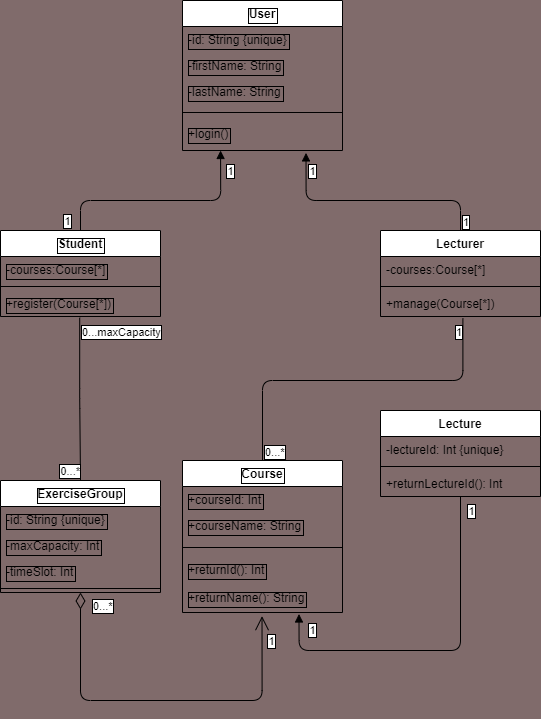
Earlier version of the draw.io export HW3/ex1.png (PhilippBoehmer/swt-ws24-25). Source tidied: cells renumbered, new cells last; positions are measured from the earlier drawing's top-left corner, leaving out a move shared by most shapes. Source of this version:
```xml
<mxGraphModel background="#806B6B" shadow="1">
  <root>
    <mxCell id="0" />
    <mxCell id="1" parent="0" />
    <mxCell id="2" value="User" style="swimlane;fontStyle=1;align=center;verticalAlign=top;horizontal=1;startSize=26;fontColor=#000000;labelBorderColor=#000000;" parent="1" vertex="1">
      <mxGeometry x="182" width="160" height="150" as="geometry" />
    </mxCell>
    <mxCell id="3" value="-id: String {unique}&#10;" style="text;strokeColor=none;fillColor=none;align=left;verticalAlign=top;spacingLeft=4;spacingRight=4;overflow=hidden;fontColor=#000000;labelBorderColor=#000000;" parent="2" vertex="1">
      <mxGeometry y="26" width="160" height="26" as="geometry" />
    </mxCell>
    <mxCell id="4" value="-firstName: String" style="text;strokeColor=none;fillColor=none;align=left;verticalAlign=top;spacingLeft=4;spacingRight=4;overflow=hidden;fontColor=#000000;labelBorderColor=#000000;" parent="2" vertex="1">
      <mxGeometry y="52" width="160" height="26" as="geometry" />
    </mxCell>
    <mxCell id="5" value="-lastName: String" style="text;strokeColor=none;fillColor=none;align=left;verticalAlign=top;spacingLeft=4;spacingRight=4;overflow=hidden;fontColor=#000000;labelBorderColor=#000000;" parent="2" vertex="1">
      <mxGeometry y="78" width="160" height="26" as="geometry" />
    </mxCell>
    <mxCell id="6" style="line;strokeWidth=1;fillColor=none;align=left;verticalAlign=middle;spacingTop=-1;spacingLeft=3;spacingRight=3;labelPosition=right;strokeColor=inherit;fontColor=#000000;labelBorderColor=#000000;" parent="2" vertex="1">
      <mxGeometry y="104" width="160" height="16" as="geometry" />
    </mxCell>
    <mxCell id="7" value="+login()" style="text;strokeColor=none;fillColor=none;align=left;verticalAlign=top;spacingLeft=4;spacingRight=4;overflow=hidden;points=[[0,0.5],[1,0.5]];portConstraint=eastwest;fontColor=#000000;labelBorderColor=#000000;" parent="2" vertex="1">
      <mxGeometry y="120" width="160" height="30" as="geometry" />
    </mxCell>
    <mxCell id="8" style="endArrow=block;endFill=1;html=1;edgeStyle=orthogonalEdgeStyle;align=left;verticalAlign=top;entryX=0.238;entryY=1;entryDx=0;entryDy=0;entryPerimeter=0;exitX=0.5;exitY=0;exitDx=0;exitDy=0;fontColor=#000000;labelBorderColor=#000000;" parent="1" edge="1" source="21" target="7">
      <mxGeometry x="-1" relative="1" as="geometry">
        <Array as="points">
          <mxPoint x="80" y="200" />
          <mxPoint x="220" y="200" />
        </Array>
      </mxGeometry>
    </mxCell>
    <mxCell id="9" value="1" style="edgeLabel;html=1;align=center;verticalAlign=middle;fontColor=#000000;labelBorderColor=#000000;" parent="8" vertex="1">
      <mxGeometry x="0.13" y="4" relative="1" as="geometry">
        <mxPoint x="-108" y="24" as="offset" />
      </mxGeometry>
    </mxCell>
    <mxCell id="10" value="1" style="edgeLabel;html=1;align=center;verticalAlign=middle;fontColor=#000000;labelBorderColor=#000000;" parent="8" vertex="1">
      <mxGeometry x="0.44" y="3" relative="1" as="geometry">
        <mxPoint x="21" y="-27" as="offset" />
      </mxGeometry>
    </mxCell>
    <mxCell id="11" value="Course" style="swimlane;fontStyle=1;align=center;verticalAlign=top;horizontal=1;startSize=26;fontColor=#000000;labelBorderColor=#000000;" parent="1" vertex="1">
      <mxGeometry x="182" y="460" width="160" height="152" as="geometry" />
    </mxCell>
    <mxCell id="12" value="+courseId: Int" style="text;strokeColor=none;fillColor=none;align=left;verticalAlign=top;spacingLeft=4;spacingRight=4;overflow=hidden;fontColor=#000000;labelBorderColor=#000000;" parent="11" vertex="1">
      <mxGeometry y="26" width="160" height="26" as="geometry" />
    </mxCell>
    <mxCell id="13" value="+courseName: String" style="text;strokeColor=none;fillColor=none;align=left;verticalAlign=top;spacingLeft=4;spacingRight=4;overflow=hidden;fontColor=#000000;labelBorderColor=#000000;" parent="11" vertex="1">
      <mxGeometry y="52" width="160" height="26" as="geometry" />
    </mxCell>
    <mxCell id="14" style="line;strokeWidth=1;fillColor=none;align=left;verticalAlign=middle;spacingTop=-1;spacingLeft=3;spacingRight=3;labelPosition=right;strokeColor=inherit;fontColor=#000000;labelBorderColor=#000000;" parent="11" vertex="1">
      <mxGeometry y="78" width="160" height="18" as="geometry" />
    </mxCell>
    <mxCell id="15" value="+returnId(): Int" style="text;strokeColor=none;fillColor=none;align=left;verticalAlign=top;spacingLeft=4;spacingRight=4;overflow=hidden;fontColor=#000000;labelBorderColor=#000000;" parent="11" vertex="1">
      <mxGeometry y="96" width="160" height="28" as="geometry" />
    </mxCell>
    <mxCell id="16" value="+returnName(): String" style="text;strokeColor=none;fillColor=none;align=left;verticalAlign=top;spacingLeft=4;spacingRight=4;overflow=hidden;points=[[0,0.5],[1,0.5]];portConstraint=eastwest;fontColor=#000000;labelBorderColor=#000000;" parent="11" vertex="1">
      <mxGeometry y="124" width="160" height="28" as="geometry" />
    </mxCell>
    <mxCell id="17" value="Lecture" style="swimlane;fontStyle=1;align=center;verticalAlign=top;horizontal=1;startSize=26;" parent="1" vertex="1">
      <mxGeometry x="380" y="410" width="160" height="86" as="geometry" />
    </mxCell>
    <mxCell id="18" value="-lectureId: Int {unique}" style="text;strokeColor=none;fillColor=none;align=left;verticalAlign=top;spacingLeft=4;spacingRight=4;overflow=hidden;" parent="17" vertex="1">
      <mxGeometry y="26" width="160" height="26" as="geometry" />
    </mxCell>
    <mxCell id="19" style="line;strokeWidth=1;fillColor=none;align=left;verticalAlign=middle;spacingTop=-1;spacingLeft=3;spacingRight=3;labelPosition=right;strokeColor=inherit;" parent="17" vertex="1">
      <mxGeometry y="52" width="160" height="8" as="geometry" />
    </mxCell>
    <mxCell id="20" value="+returnLectureId(): Int" style="text;strokeColor=none;fillColor=none;align=left;verticalAlign=top;spacingLeft=4;spacingRight=4;overflow=hidden;" parent="17" vertex="1">
      <mxGeometry y="60" width="160" height="26" as="geometry" />
    </mxCell>
    <mxCell id="21" value="Student" style="swimlane;fontStyle=1;align=center;verticalAlign=top;horizontal=1;startSize=26;fontColor=#000000;labelBorderColor=#000000;" parent="1" vertex="1">
      <mxGeometry y="230" width="160" height="86" as="geometry" />
    </mxCell>
    <mxCell id="22" value="-courses:Course[*]" style="text;strokeColor=none;fillColor=none;align=left;verticalAlign=top;spacingLeft=4;spacingRight=4;overflow=hidden;fontColor=#000000;labelBorderColor=#000000;" parent="21" vertex="1">
      <mxGeometry y="26" width="160" height="26" as="geometry" />
    </mxCell>
    <mxCell id="23" style="line;strokeWidth=1;fillColor=none;align=left;verticalAlign=middle;spacingTop=-1;spacingLeft=3;spacingRight=3;labelPosition=right;strokeColor=inherit;fontColor=#000000;labelBorderColor=#000000;" parent="21" vertex="1">
      <mxGeometry y="52" width="160" height="8" as="geometry" />
    </mxCell>
    <mxCell id="24" value="+register(Course[*])" style="text;strokeColor=none;fillColor=none;align=left;verticalAlign=top;spacingLeft=4;spacingRight=4;overflow=hidden;points=[[0,0.5],[1,0.5]];portConstraint=eastwest;fontColor=#000000;labelBorderColor=#000000;" parent="21" vertex="1">
      <mxGeometry y="60" width="160" height="26" as="geometry" />
    </mxCell>
    <mxCell id="25" value="Lecturer" style="swimlane;fontStyle=1;align=center;verticalAlign=top;horizontal=1;startSize=26;" parent="1" vertex="1">
      <mxGeometry x="380" y="230" width="160" height="86" as="geometry" />
    </mxCell>
    <mxCell id="26" value="-courses:Course[*]" style="text;strokeColor=none;fillColor=none;align=left;verticalAlign=top;spacingLeft=4;spacingRight=4;overflow=hidden;" parent="25" vertex="1">
      <mxGeometry y="26" width="160" height="26" as="geometry" />
    </mxCell>
    <mxCell id="27" style="line;strokeWidth=1;fillColor=none;align=left;verticalAlign=middle;spacingTop=-1;spacingLeft=3;spacingRight=3;labelPosition=right;strokeColor=inherit;" parent="25" vertex="1">
      <mxGeometry y="52" width="160" height="8" as="geometry" />
    </mxCell>
    <mxCell id="28" value="+manage(Course[*])" style="text;strokeColor=none;fillColor=none;align=left;verticalAlign=top;spacingLeft=4;spacingRight=4;overflow=hidden;points=[[0,0.5],[1,0.5]];portConstraint=eastwest;" parent="25" vertex="1">
      <mxGeometry y="60" width="160" height="26" as="geometry" />
    </mxCell>
    <mxCell id="29" value="ExerciseGroup" style="swimlane;fontStyle=1;align=center;verticalAlign=top;horizontal=1;startSize=26;fontColor=#000000;labelBorderColor=#000000;" parent="1" vertex="1">
      <mxGeometry y="480" width="160" height="112" as="geometry" />
    </mxCell>
    <mxCell id="30" value="-id: String {unique}" style="text;strokeColor=none;fillColor=none;align=left;verticalAlign=top;spacingLeft=4;spacingRight=4;overflow=hidden;fontColor=#000000;labelBorderColor=#000000;" parent="29" vertex="1">
      <mxGeometry y="26" width="160" height="26" as="geometry" />
    </mxCell>
    <mxCell id="31" value="-maxCapacity: Int" style="text;strokeColor=none;fillColor=none;align=left;verticalAlign=top;spacingLeft=4;spacingRight=4;overflow=hidden;fontColor=#000000;labelBorderColor=#000000;" parent="29" vertex="1">
      <mxGeometry y="52" width="160" height="26" as="geometry" />
    </mxCell>
    <mxCell id="32" value="-timeSlot: Int" style="text;strokeColor=none;fillColor=none;align=left;verticalAlign=top;spacingLeft=4;spacingRight=4;overflow=hidden;fontColor=#000000;labelBorderColor=#000000;" parent="29" vertex="1">
      <mxGeometry y="78" width="160" height="26" as="geometry" />
    </mxCell>
    <mxCell id="33" style="line;strokeWidth=1;fillColor=none;align=left;verticalAlign=middle;spacingTop=-1;spacingLeft=3;spacingRight=3;labelPosition=right;strokeColor=inherit;fontColor=#000000;labelBorderColor=#000000;" parent="29" vertex="1">
      <mxGeometry y="104" width="160" height="8" as="geometry" />
    </mxCell>
    <mxCell id="34" style="endArrow=none;html=1;edgeStyle=orthogonalEdgeStyle;exitX=0.5;exitY=0;exitDx=0;exitDy=0;entryX=0.515;entryY=1.077;entryDx=0;entryDy=0;entryPerimeter=0;fontColor=#000000;labelBorderColor=#000000;" parent="1" edge="1" source="11" target="28">
      <mxGeometry relative="1" as="geometry">
        <Array as="points">
          <mxPoint x="262" y="380" />
          <mxPoint x="462" y="380" />
        </Array>
      </mxGeometry>
    </mxCell>
    <mxCell id="35" value="0...*" style="edgeLabel;html=1;align=left;verticalAlign=bottom;fontColor=#000000;labelBorderColor=#000000;" parent="34" vertex="1">
      <mxGeometry x="-1" relative="1" as="geometry" />
    </mxCell>
    <mxCell id="36" value="1" style="edgeLabel;html=1;align=right;verticalAlign=bottom;fontColor=#000000;labelBorderColor=#000000;" parent="34" vertex="1">
      <mxGeometry x="1" relative="1" as="geometry">
        <mxPoint y="22" as="offset" />
      </mxGeometry>
    </mxCell>
    <mxCell id="37" style="endArrow=none;html=1;edgeStyle=orthogonalEdgeStyle;exitX=0.495;exitY=1.046;exitDx=0;exitDy=0;exitPerimeter=0;entryX=0.5;entryY=0;entryDx=0;entryDy=0;fontColor=#000000;labelBorderColor=#000000;" parent="1" edge="1" source="24" target="29">
      <mxGeometry relative="1" as="geometry">
        <Array as="points">
          <mxPoint x="79" y="398" />
        </Array>
      </mxGeometry>
    </mxCell>
    <mxCell id="38" value="0...maxCapacity" style="edgeLabel;html=1;align=left;verticalAlign=bottom;fontColor=#000000;labelBorderColor=#000000;" parent="37" vertex="1">
      <mxGeometry x="-1" relative="1" as="geometry">
        <mxPoint y="23" as="offset" />
      </mxGeometry>
    </mxCell>
    <mxCell id="39" value="0...*" style="edgeLabel;html=1;align=right;verticalAlign=bottom;fontColor=#000000;labelBorderColor=#000000;" parent="37" vertex="1">
      <mxGeometry x="1" relative="1" as="geometry" />
    </mxCell>
    <mxCell id="40" value="0...*" style="endArrow=open;html=1;endSize=12;startArrow=diamondThin;startSize=14;startFill=0;edgeStyle=orthogonalEdgeStyle;align=left;verticalAlign=bottom;exitX=0.5;exitY=1;exitDx=0;exitDy=0;entryX=0.497;entryY=1.129;entryDx=0;entryDy=0;entryPerimeter=0;fontColor=#000000;labelBorderColor=#000000;" parent="1" edge="1" source="29" target="16">
      <mxGeometry x="-0.87" y="10" relative="1" as="geometry">
        <Array as="points">
          <mxPoint x="80" y="700" />
          <mxPoint x="262" y="700" />
        </Array>
      </mxGeometry>
    </mxCell>
    <mxCell id="41" value="1" style="edgeLabel;html=1;align=center;verticalAlign=middle;fontColor=#000000;labelBorderColor=#000000;" parent="40" vertex="1">
      <mxGeometry x="0.89" relative="1" as="geometry">
        <mxPoint x="8" y="4" as="offset" />
      </mxGeometry>
    </mxCell>
    <mxCell id="42" style="endArrow=block;endFill=1;html=1;edgeStyle=orthogonalEdgeStyle;align=left;verticalAlign=top;entryX=0.728;entryY=1.053;entryDx=0;entryDy=0;entryPerimeter=0;exitX=0.5;exitY=1;exitDx=0;exitDy=0;fontColor=#000000;labelBorderColor=#000000;" parent="1" edge="1" source="17" target="16">
      <mxGeometry x="-1" relative="1" as="geometry">
        <Array as="points">
          <mxPoint x="460" y="650" />
          <mxPoint x="298" y="650" />
        </Array>
      </mxGeometry>
    </mxCell>
    <mxCell id="43" value="1" style="edgeLabel;html=1;align=center;verticalAlign=middle;fontColor=#000000;labelBorderColor=#000000;" parent="42" vertex="1">
      <mxGeometry x="0.85" y="-2" relative="1" as="geometry">
        <mxPoint x="10" y="-10" as="offset" />
      </mxGeometry>
    </mxCell>
    <mxCell id="44" value="1" style="edgeLabel;html=1;align=center;verticalAlign=middle;fontColor=#000000;labelBorderColor=#000000;" parent="42" vertex="1">
      <mxGeometry x="-0.92" y="2" relative="1" as="geometry">
        <mxPoint x="8" as="offset" />
      </mxGeometry>
    </mxCell>
    <mxCell id="45" style="endArrow=block;endFill=1;html=1;edgeStyle=orthogonalEdgeStyle;align=left;verticalAlign=top;entryX=0.772;entryY=1.08;entryDx=0;entryDy=0;entryPerimeter=0;exitX=0.5;exitY=0;exitDx=0;exitDy=0;fontColor=#000000;labelBorderColor=#000000;" parent="1" edge="1" source="25" target="7">
      <mxGeometry x="-1" relative="1" as="geometry">
        <Array as="points">
          <mxPoint x="460" y="200" />
          <mxPoint x="306" y="200" />
        </Array>
      </mxGeometry>
    </mxCell>
    <mxCell id="46" value="1" style="edgeLabel;html=1;align=left;verticalAlign=bottom;fontColor=#000000;labelBorderColor=#000000;" parent="45" vertex="1">
      <mxGeometry x="-1" relative="1" as="geometry" />
    </mxCell>
    <mxCell id="47" value="1" style="edgeLabel;html=1;align=center;verticalAlign=middle;fontColor=#000000;labelBorderColor=#000000;" parent="45" vertex="1">
      <mxGeometry x="0.69" y="2" relative="1" as="geometry">
        <mxPoint x="7" y="-18" as="offset" />
      </mxGeometry>
    </mxCell>
  </root>
</mxGraphModel>
```
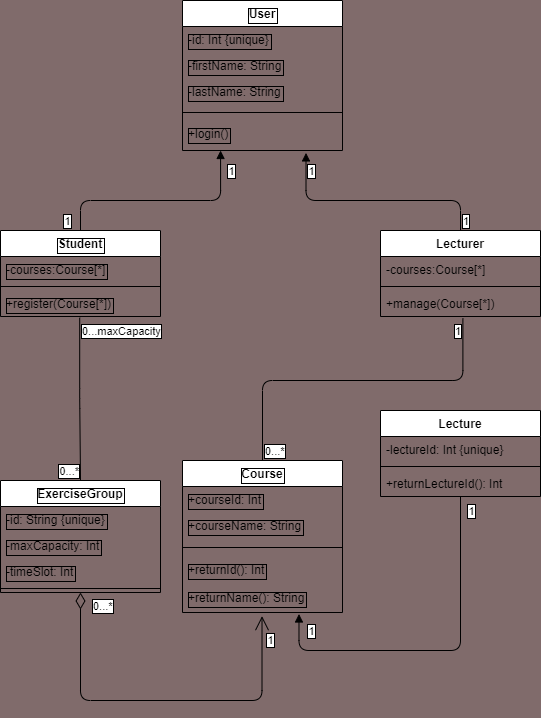
The same diagram one commit later.

What changed in the source:
```diff
@@ -1,11 +1,11 @@
-<mxGraphModel background="#806B6B" shadow="1">
+<mxGraphModel background="#806B6B">
   <root>
     <mxCell id="0" />
     <mxCell id="1" parent="0" />
     <mxCell id="2" value="User" style="swimlane;fontStyle=1;align=center;verticalAlign=top;horizontal=1;startSize=26;fontColor=#000000;labelBorderColor=#000000;" parent="1" vertex="1">
       <mxGeometry x="182" width="160" height="150" as="geometry" />
     </mxCell>
-    <mxCell id="3" value="-id: String {unique}&#10;" style="text;strokeColor=none;fillColor=none;align=left;verticalAlign=top;spacingLeft=4;spacingRight=4;overflow=hidden;fontColor=#000000;labelBorderColor=#000000;" parent="2" vertex="1">
+    <mxCell id="3" value="-id: Int {unique}&#10;" style="text;strokeColor=none;fillColor=none;align=left;verticalAlign=top;spacingLeft=4;spacingRight=4;overflow=hidden;fontColor=#000000;labelBorderColor=#000000;" parent="2" vertex="1">
       <mxGeometry y="26" width="160" height="26" as="geometry" />
     </mxCell>
     <mxCell id="4" value="-firstName: String" style="text;strokeColor=none;fillColor=none;align=left;verticalAlign=top;spacingLeft=4;spacingRight=4;overflow=hidden;fontColor=#000000;labelBorderColor=#000000;" parent="2" vertex="1">
```
